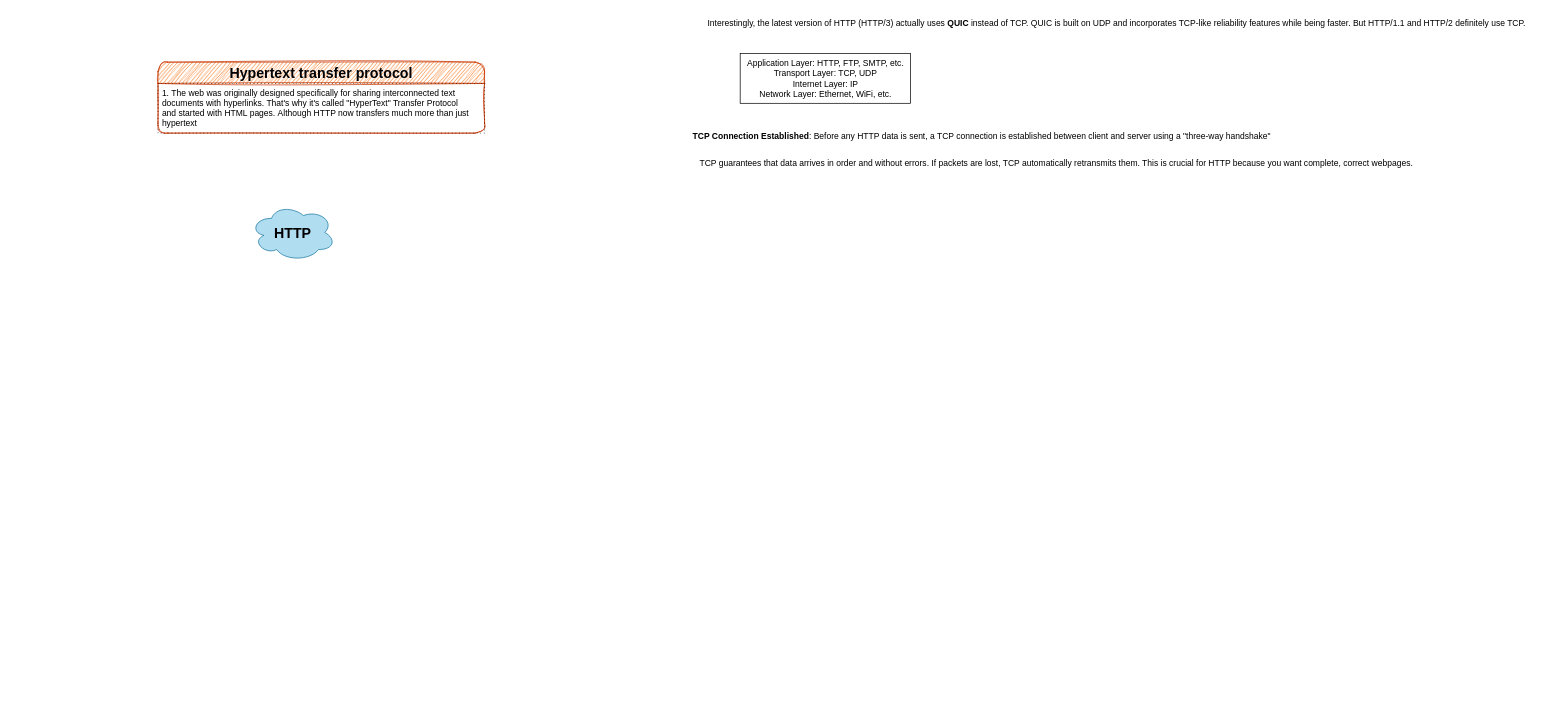
This is computer-networking/protocols/hypertext-transfer-protocol/http.dio from knkrn5/Programming-Concepts, a draw.io file, before an edit. Source tidied: cells renumbered, new cells numbered last; positions are measured from the earlier drawing's top-left corner, leaving out a move shared by most shapes. Both pictures are drawn from the tidied source at 71%, with x=0, y=0 at pixel (158, 12).
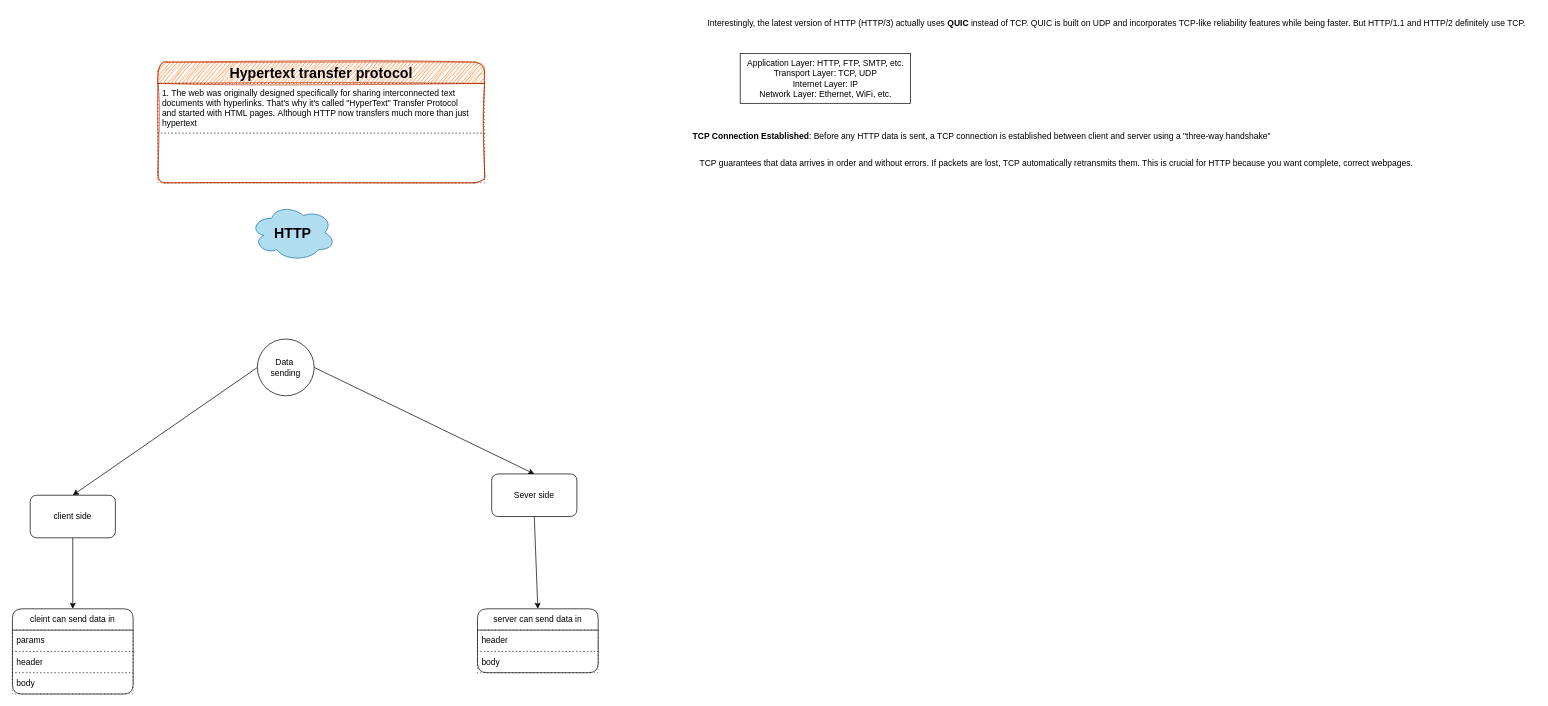
Above is the later version.

Diff of the diagram source:
```diff
@@
     <mxCell id="3" value="&lt;b&gt;&lt;font style=&quot;font-size: 20px;&quot;&gt;Hypertext transfer protocol&lt;/font&gt;&lt;/b&gt;" style="swimlane;fontStyle=0;horizontal=1;startSize=30;whiteSpace=wrap;html=1;rounded=1;fillColor=#fa6800;fontColor=#000000;strokeColor=#C73500;sketch=1;curveFitting=1;jiggle=2;" parent="1" vertex="1">
-      <mxGeometry y="70" width="460" height="100" as="geometry" />
+      <mxGeometry y="70" width="460" height="170" as="geometry" />
     </mxCell>
@@
+    <mxCell id="9" style="text;strokeColor=default;fillColor=none;align=left;verticalAlign=middle;spacingLeft=4;spacingRight=4;overflow=hidden;whiteSpace=wrap;html=1;dashed=1;dashPattern=1 4;" parent="3" vertex="1">
+      <mxGeometry y="100" width="460" height="70" as="geometry" />
+    </mxCell>
@@
+    <mxCell id="10" style="edgeStyle=none;html=1;exitX=0;exitY=0.5;exitDx=0;exitDy=0;entryX=0.5;entryY=0;entryDx=0;entryDy=0;" parent="1" edge="1" source="12" target="14">
+      <mxGeometry relative="1" as="geometry" />
+    </mxCell>
+    <mxCell id="11" style="edgeStyle=none;html=1;exitX=1;exitY=0.5;exitDx=0;exitDy=0;entryX=0.5;entryY=0;entryDx=0;entryDy=0;" parent="1" edge="1" source="12" target="16">
+      <mxGeometry relative="1" as="geometry" />
+    </mxCell>
+    <mxCell id="12" value="Data&amp;nbsp;&lt;div&gt;sending&lt;/div&gt;" style="ellipse;whiteSpace=wrap;html=1;" parent="1" vertex="1">
+      <mxGeometry x="140" y="460" width="80" height="80" as="geometry" />
+    </mxCell>
+    <mxCell id="13" style="edgeStyle=none;html=1;exitX=0.5;exitY=1;exitDx=0;exitDy=0;entryX=0.5;entryY=0;entryDx=0;entryDy=0;" parent="1" edge="1" source="14" target="17">
+      <mxGeometry relative="1" as="geometry" />
+    </mxCell>
+    <mxCell id="14" value="client side" style="rounded=1;whiteSpace=wrap;html=1;" parent="1" vertex="1">
+      <mxGeometry x="-180" y="680" width="120" height="60" as="geometry" />
+    </mxCell>
+    <mxCell id="15" style="edgeStyle=none;html=1;exitX=0.5;exitY=1;exitDx=0;exitDy=0;entryX=0.5;entryY=0;entryDx=0;entryDy=0;" parent="1" edge="1" source="16" target="21">
+      <mxGeometry relative="1" as="geometry" />
+    </mxCell>
+    <mxCell id="16" value="Sever side" style="rounded=1;whiteSpace=wrap;html=1;" parent="1" vertex="1">
+      <mxGeometry x="470" y="650" width="120" height="60" as="geometry" />
+    </mxCell>
+    <mxCell id="17" value="cleint can send data in" style="swimlane;fontStyle=0;horizontal=1;startSize=30;whiteSpace=wrap;html=1;rounded=1;" parent="1" vertex="1">
+      <mxGeometry x="-205" y="840" width="170" height="120" as="geometry" />
+    </mxCell>
+    <mxCell id="18" value="params" style="text;strokeColor=default;fillColor=none;align=left;verticalAlign=middle;spacingLeft=4;spacingRight=4;overflow=hidden;whiteSpace=wrap;html=1;dashed=1;dashPattern=1 4;" parent="17" vertex="1">
+      <mxGeometry y="30" width="170" height="30" as="geometry" />
+    </mxCell>
+    <mxCell id="19" value="header" style="text;strokeColor=default;fillColor=none;align=left;verticalAlign=middle;spacingLeft=4;spacingRight=4;overflow=hidden;whiteSpace=wrap;html=1;dashed=1;dashPattern=1 4;" parent="17" vertex="1">
+      <mxGeometry y="60" width="170" height="30" as="geometry" />
+    </mxCell>
+    <mxCell id="20" value="body" style="text;strokeColor=default;fillColor=none;align=left;verticalAlign=middle;spacingLeft=4;spacingRight=4;overflow=hidden;whiteSpace=wrap;html=1;dashed=1;dashPattern=1 4;" parent="17" vertex="1">
+      <mxGeometry y="90" width="170" height="30" as="geometry" />
+    </mxCell>
+    <mxCell id="21" value="server can send data in" style="swimlane;fontStyle=0;horizontal=1;startSize=30;whiteSpace=wrap;html=1;rounded=1;" parent="1" vertex="1">
+      <mxGeometry x="450" y="840" width="170" height="90" as="geometry" />
+    </mxCell>
+    <mxCell id="22" value="header" style="text;strokeColor=default;fillColor=none;align=left;verticalAlign=middle;spacingLeft=4;spacingRight=4;overflow=hidden;whiteSpace=wrap;html=1;dashed=1;dashPattern=1 4;" parent="21" vertex="1">
+      <mxGeometry y="30" width="170" height="30" as="geometry" />
+    </mxCell>
+    <mxCell id="23" value="body" style="text;strokeColor=default;fillColor=none;align=left;verticalAlign=middle;spacingLeft=4;spacingRight=4;overflow=hidden;whiteSpace=wrap;html=1;dashed=1;dashPattern=1 4;" parent="21" vertex="1">
+      <mxGeometry y="60" width="170" height="30" as="geometry" />
+    </mxCell>
```
